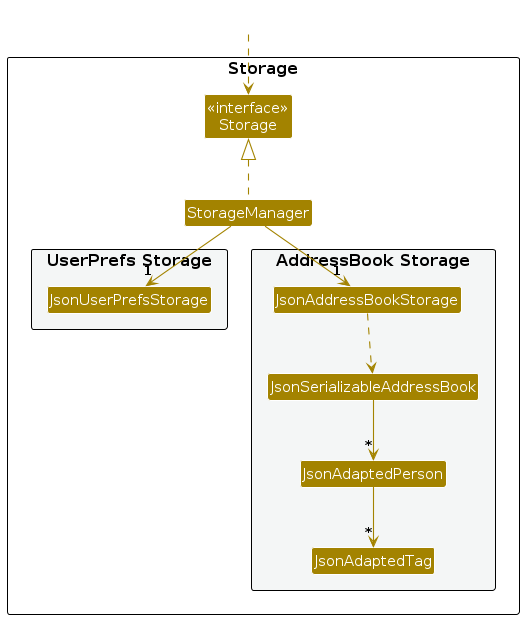
The PlantUML diagram diagrams/StorageClassDiagram.png in AY2627S1-CS2103T-T08-1/tp, before a commit. Its source is kept beside it as diagrams/StorageClassDiagram.puml. The source it was exported from:
```plantuml
@startuml
!include style.puml
skinparam arrowThickness 1.1
skinparam arrowColor STORAGE_COLOR
skinparam classBackgroundColor STORAGE_COLOR

package Storage as StoragePackage {

Class "<<interface>>\nStorage" as Storage
Class StorageManager

package "UserPrefs Storage" #F4F6F6{
Class JsonUserPrefsStorage
}

package "AddressBook Storage" #F4F6F6{
Class JsonAddressBookStorage
Class JsonSerializableAddressBook
Class JsonAdaptedPerson
Class JsonAdaptedTag
}

}

Class HiddenOutside #FFFFFF
HiddenOutside ..> Storage

StorageManager .up.|> Storage
StorageManager -down-> "1" JsonUserPrefsStorage
StorageManager -down-> "1" JsonAddressBookStorage

JsonAddressBookStorage ..> JsonSerializableAddressBook
JsonSerializableAddressBook --> "*" JsonAdaptedPerson
JsonAdaptedPerson --> "*" JsonAdaptedTag

@enduml
```
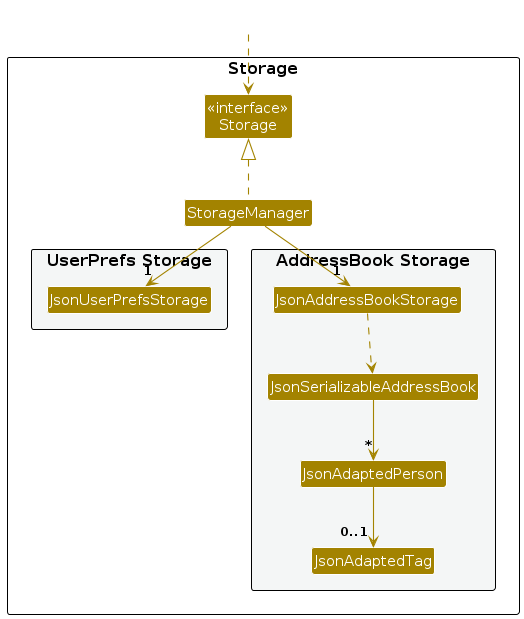
After the change.

Diff of the diagram source:
```diff
@@ -31,6 +31,6 @@
 
 JsonAddressBookStorage ..> JsonSerializableAddressBook
 JsonSerializableAddressBook --> "*" JsonAdaptedPerson
-JsonAdaptedPerson --> "*" JsonAdaptedTag
+JsonAdaptedPerson --> "0..1" JsonAdaptedTag
 
 @enduml
```
